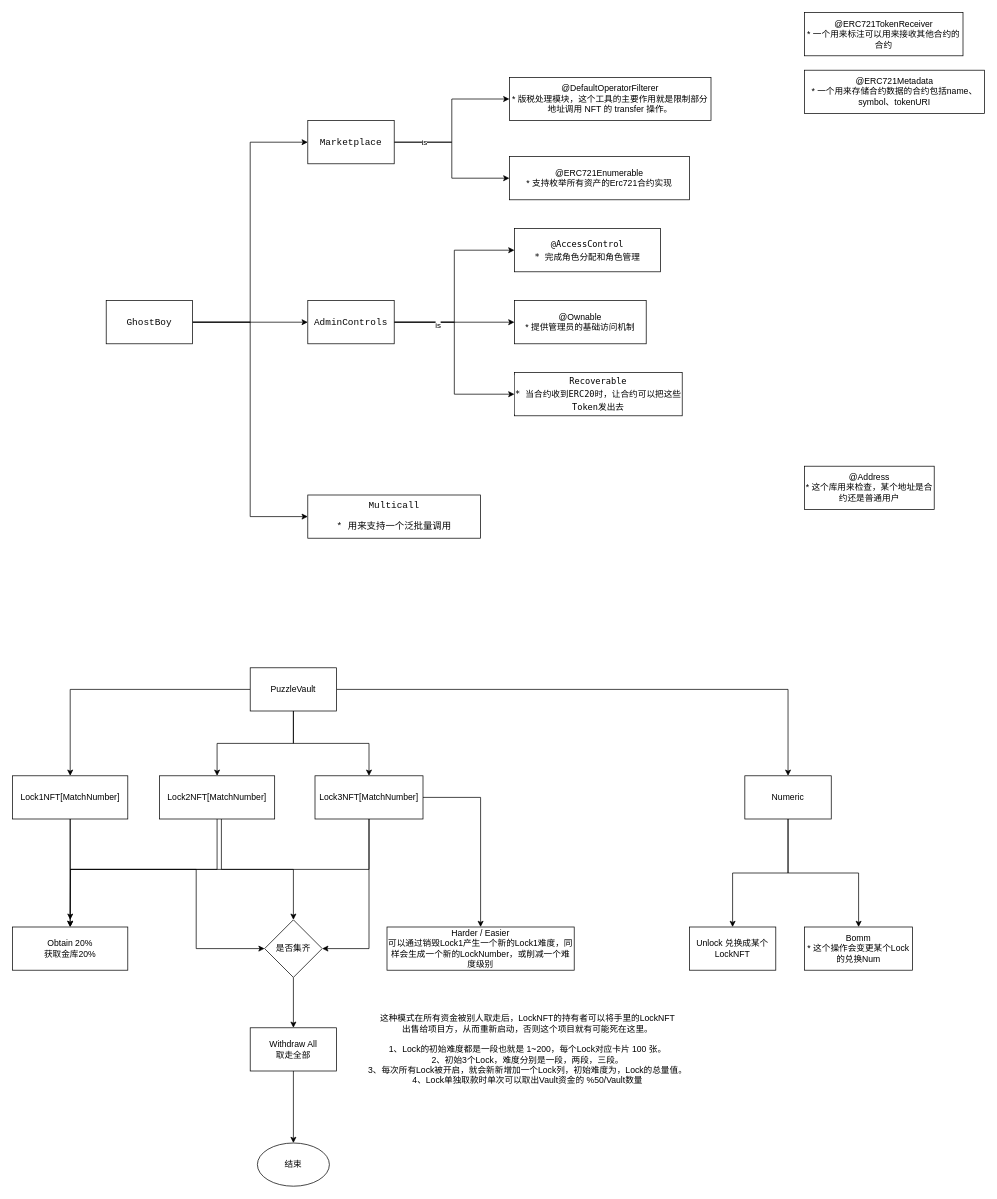
Earlier version of the draw.io diagram PuzzleVault.drawio (linhai0212/uml-idea). Source tidied: cells renumbered, new cells numbered last; positions are measured from the earlier drawing's top-left corner, leaving out a move shared by most shapes. Both pictures are drawn from the tidied source at 72%, with x=0, y=0 at pixel (12, 12).
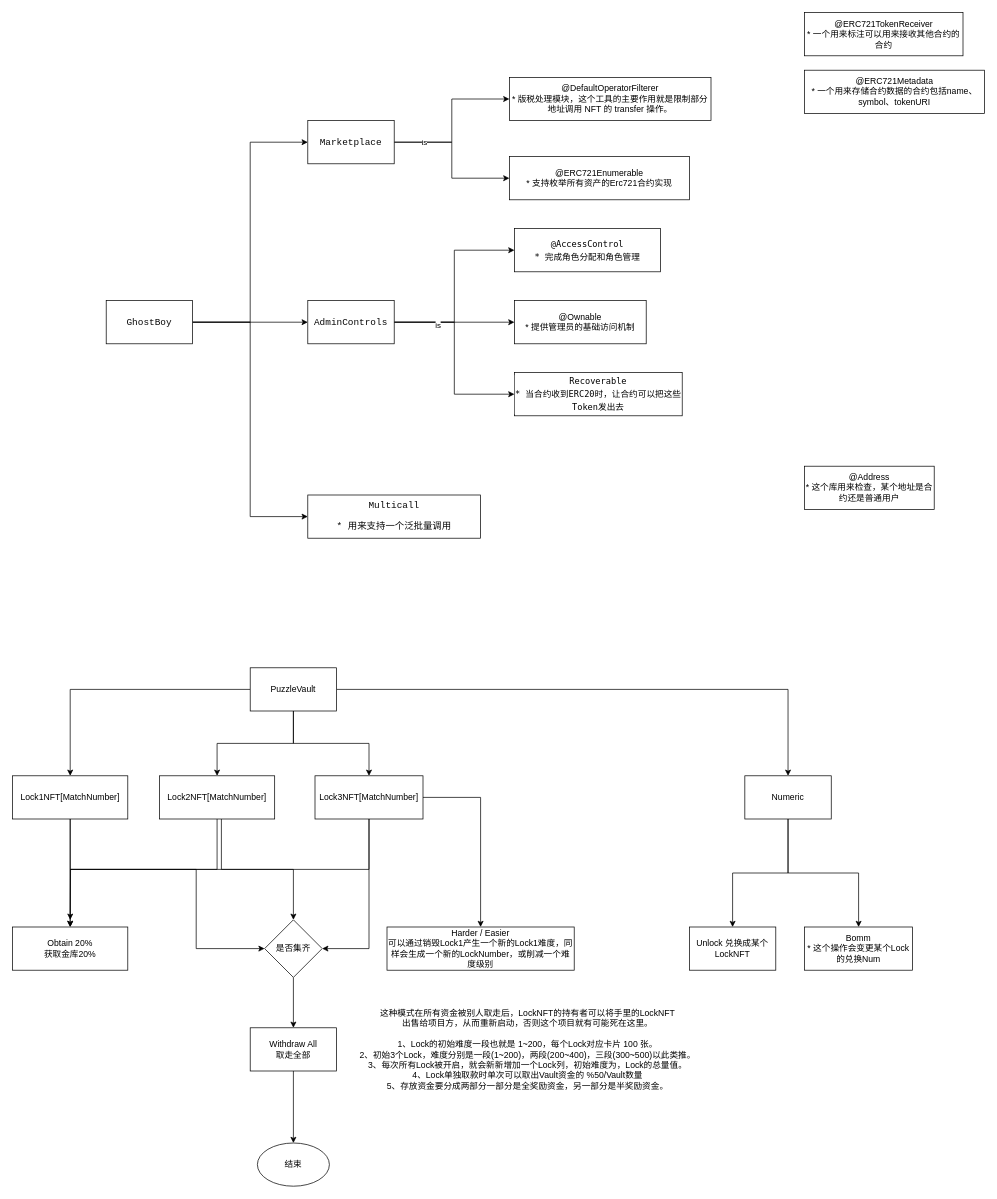
After the change.

Change to the diagram source:
```diff
@@
-    <mxCell id="51" value="这种模式在所有资金被别人取走后，LockNFT的持有者可以将手里的LockNFT&lt;br&gt;出售给项目方，从而重新启动，否则这个项目就有可能死在这里。&lt;br&gt;&lt;br&gt;1、Lock的初始难度都是一段也就是 1~200，每个Lock对应卡片 100 张。&lt;br&gt;2、初始3个Lock，难度分别是一段，两段，三段。&lt;br&gt;3、每次所有Lock被开启，就会新新增加一个Lock列，初始难度为，Lock的总量值。&lt;br&gt;4、Lock单独取款时单次可以取出Vault资金的 %50/Vault数量" style="text;html=1;align=center;verticalAlign=middle;strokeColor=none;fillColor=none;" parent="1" vertex="1">
-      <mxGeometry x="480" y="1385" width="470" height="110" as="geometry" />
+    <mxCell id="51" value="这种模式在所有资金被别人取走后，LockNFT的持有者可以将手里的LockNFT&lt;br&gt;出售给项目方，从而重新启动，否则这个项目就有可能死在这里。&lt;br&gt;&lt;br&gt;1、Lock的初始难度一段也就是 1~200，每个Lock对应卡片 100 张。&lt;br&gt;2、初始3个Lock，难度分别是一段(1~200)，两段(200~400)，三段(300~500)以此类推。&lt;br&gt;3、每次所有Lock被开启，就会新新增加一个Lock列，初始难度为，Lock的总量值。&lt;br&gt;4、Lock单独取款时单次可以取出Vault资金的 %50/Vault数量&lt;br&gt;5、存放资金要分成两部分一部分是全奖励资金，另一部分是半奖励资金。" style="text;html=1;align=center;verticalAlign=middle;strokeColor=none;fillColor=none;" parent="1" vertex="1">
+      <mxGeometry x="470" y="1375" width="490" height="130" as="geometry" />
     </mxCell>
```
